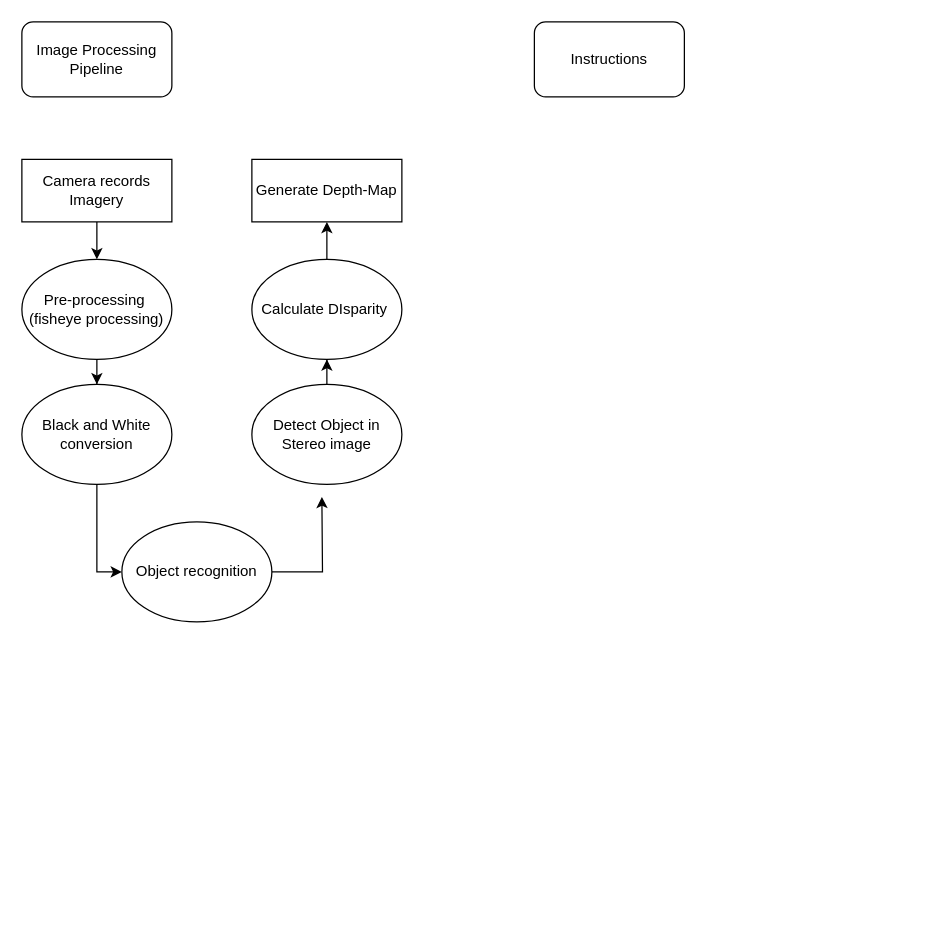
The draw.io diagram page "Page-1" (1 of 2) of ProgramFlow.drawio in BowieJames/FollowMe, before the edit. Source tidied: cells renumbered, new cells numbered last; positions are measured from the earlier drawing's top-left corner, leaving out a move shared by most shapes. Both pictures are drawn from the tidied source at 125%, with x=0, y=0 at pixel (21, 21).
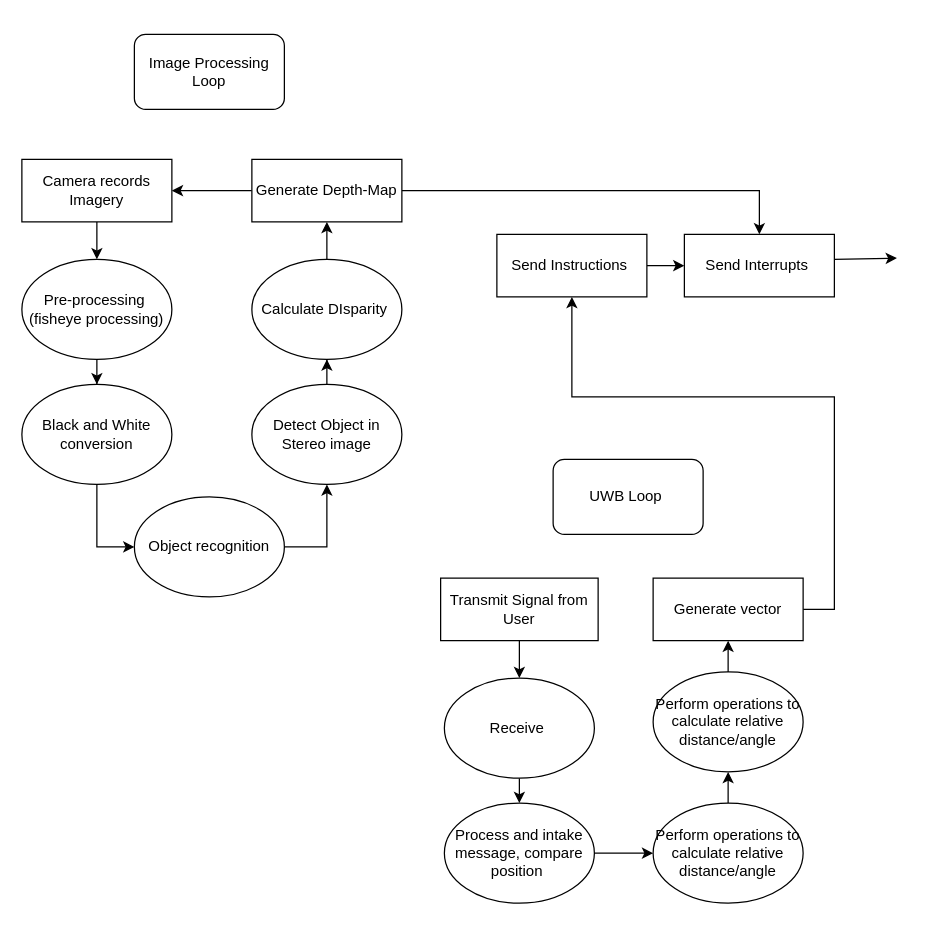
Above is the later version.

The change refers to these unchanged cells:
```xml
<mxCell id="3" value="Camera records Imagery" style="rounded=0;whiteSpace=wrap;html=1;" parent="1" vertex="1">
  <mxGeometry y="110" width="120" height="50" as="geometry" />
</mxCell>
<mxCell id="11" value="Detect Object in Stereo image" style="ellipse;whiteSpace=wrap;html=1;" parent="1" vertex="1">
  <mxGeometry x="184" y="290" width="120" height="80" as="geometry" />
</mxCell>
<mxCell id="14" value="Generate Depth-Map" style="whiteSpace=wrap;html=1;" parent="1" vertex="1">
  <mxGeometry x="184" y="110" width="120" height="50" as="geometry" />
</mxCell>
```

Diff of the diagram source:
```diff
@@
-    <mxCell id="8" style="edgeStyle=orthogonalEdgeStyle;rounded=0;jettySize=auto;html=1;" parent="1" edge="1" source="9">
-      <mxGeometry relative="1" as="geometry">
-        <mxPoint x="240" y="380" as="targetPoint" />
-      </mxGeometry>
-    </mxCell>
+    <mxCell id="17" style="edgeStyle=orthogonalEdgeStyle;rounded=0;jettySize=auto;html=1;entryX=0.5;entryY=1;entryDx=0;entryDy=0;" parent="1" edge="1" source="9" target="11">
+      <mxGeometry relative="1" as="geometry">
+        <Array as="points">
+          <mxPoint x="244" y="420" />
+        </Array>
+      </mxGeometry>
+    </mxCell>
     <mxCell id="9" value="Object recognition" style="ellipse;whiteSpace=wrap;html=1;" parent="1" vertex="1">
-      <mxGeometry x="80" y="400" width="120" height="80" as="geometry" />
+      <mxGeometry x="90" y="380" width="120" height="80" as="geometry" />
     </mxCell>
@@
+    <mxCell id="18" style="edgeStyle=orthogonalEdgeStyle;rounded=0;jettySize=auto;html=1;" parent="1" edge="1" source="14" target="3">
+      <mxGeometry relative="1" as="geometry" />
+    </mxCell>
+    <mxCell id="19" style="edgeStyle=orthogonalEdgeStyle;rounded=0;jettySize=auto;html=1;" parent="1" edge="1" source="14" target="34">
+      <mxGeometry relative="1" as="geometry" />
+    </mxCell>
@@
-    <mxCell id="15" value="Instructions" style="rounded=1;whiteSpace=wrap;html=1;" parent="1" vertex="1">
-      <mxGeometry x="410" width="120" height="60" as="geometry" />
-    </mxCell>
-    <mxCell id="16" value="Image Processing Pipeline" style="rounded=1;whiteSpace=wrap;html=1;" parent="1" vertex="1">
-      <mxGeometry width="120" height="60" as="geometry" />
+    <mxCell id="16" value="Image Processing Loop" style="rounded=1;whiteSpace=wrap;html=1;" parent="1" vertex="1">
+      <mxGeometry x="90" y="10" width="120" height="60" as="geometry" />
     </mxCell>
+    <mxCell id="20" style="edgeStyle=orthogonalEdgeStyle;rounded=0;jettySize=auto;html=1;" parent="1" edge="1" source="21" target="24">
+      <mxGeometry relative="1" as="geometry" />
+    </mxCell>
+    <mxCell id="21" value="Transmit Signal from User" style="rounded=0;whiteSpace=wrap;html=1;" parent="1" vertex="1">
+      <mxGeometry x="335" y="445" width="126" height="50" as="geometry" />
+    </mxCell>
+    <mxCell id="22" value="UWB Loop&amp;nbsp;" style="rounded=1;whiteSpace=wrap;html=1;" parent="1" vertex="1">
+      <mxGeometry x="425" y="350" width="120" height="60" as="geometry" />
+    </mxCell>
+    <mxCell id="23" style="edgeStyle=orthogonalEdgeStyle;rounded=0;jettySize=auto;html=1;" parent="1" edge="1" source="24">
+      <mxGeometry relative="1" as="geometry">
+        <mxPoint x="398" y="625" as="targetPoint" />
+      </mxGeometry>
+    </mxCell>
+    <mxCell id="24" value="Receive&amp;nbsp;" style="ellipse;whiteSpace=wrap;html=1;" parent="1" vertex="1">
+      <mxGeometry x="338" y="525" width="120" height="80" as="geometry" />
+    </mxCell>
+    <mxCell id="25" style="edgeStyle=orthogonalEdgeStyle;rounded=0;jettySize=auto;html=1;" parent="1" edge="1" source="26" target="28">
+      <mxGeometry relative="1" as="geometry" />
+    </mxCell>
+    <mxCell id="26" value="Process and intake message, compare position&amp;nbsp;" style="ellipse;whiteSpace=wrap;html=1;" parent="1" vertex="1">
+      <mxGeometry x="338" y="625" width="120" height="80" as="geometry" />
+    </mxCell>
+    <mxCell id="27" style="edgeStyle=orthogonalEdgeStyle;rounded=0;jettySize=auto;html=1;" parent="1" edge="1" source="28" target="30">
+      <mxGeometry relative="1" as="geometry" />
+    </mxCell>
+    <mxCell id="28" value="Perform operations to calculate relative distance/angle" style="ellipse;whiteSpace=wrap;html=1;" parent="1" vertex="1">
+      <mxGeometry x="505" y="625" width="120" height="80" as="geometry" />
+    </mxCell>
+    <mxCell id="29" style="edgeStyle=orthogonalEdgeStyle;rounded=0;jettySize=auto;html=1;" parent="1" edge="1" source="30" target="36">
+      <mxGeometry relative="1" as="geometry" />
+    </mxCell>
+    <mxCell id="30" value="Perform operations to calculate relative distance/angle" style="ellipse;whiteSpace=wrap;html=1;" parent="1" vertex="1">
+      <mxGeometry x="505" y="520" width="120" height="80" as="geometry" />
+    </mxCell>
+    <mxCell id="31" style="edgeStyle=orthogonalEdgeStyle;rounded=0;jettySize=auto;html=1;" parent="1" edge="1" source="32" target="34">
+      <mxGeometry relative="1" as="geometry" />
+    </mxCell>
+    <mxCell id="32" value="Send Instructions&amp;nbsp;" style="whiteSpace=wrap;html=1;" parent="1" vertex="1">
+      <mxGeometry x="380" y="170" width="120" height="50" as="geometry" />
+    </mxCell>
+    <mxCell id="33" style="edgeStyle=orthogonalEdgeStyle;rounded=0;orthogonalLoop=1;jettySize=auto;html=1;" parent="1" edge="1">
+      <mxGeometry relative="1" as="geometry">
+        <mxPoint x="600" y="189" as="sourcePoint" />
+        <mxPoint x="700" y="189" as="targetPoint" />
+        <Array as="points">
+          <mxPoint x="650" y="189" />
+          <mxPoint x="650" y="190" />
+        </Array>
+      </mxGeometry>
+    </mxCell>
+    <mxCell id="34" value="Send Interrupts&amp;nbsp;" style="whiteSpace=wrap;html=1;" parent="1" vertex="1">
+      <mxGeometry x="530" y="170" width="120" height="50" as="geometry" />
+    </mxCell>
+    <mxCell id="35" style="edgeStyle=orthogonalEdgeStyle;rounded=0;jettySize=auto;html=1;" parent="1" edge="1" source="36">
+      <mxGeometry relative="1" as="geometry">
+        <mxPoint x="440" y="220" as="targetPoint" />
+        <Array as="points">
+          <mxPoint x="650" y="470" />
+          <mxPoint x="650" y="300" />
+          <mxPoint x="440" y="300" />
+        </Array>
+      </mxGeometry>
+    </mxCell>
+    <mxCell id="36" value="Generate vector" style="whiteSpace=wrap;html=1;" parent="1" vertex="1">
+      <mxGeometry x="505" y="445" width="120" height="50" as="geometry" />
+    </mxCell>
```
